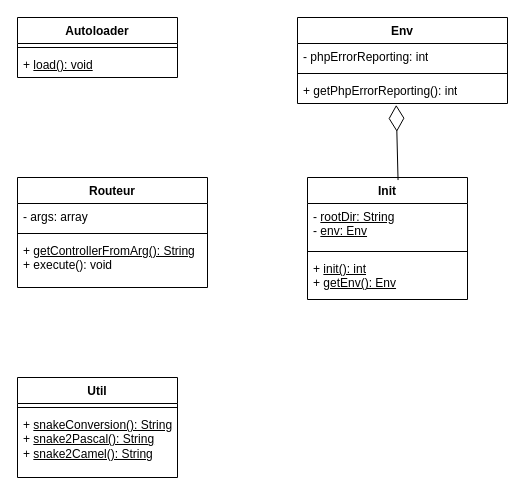
This is UML/Core.drawio from Alexandre-SBEGHEN/BUT-S3.01-CYBER-Cigales, a draw.io file, before an edit. Source tidied: cells renumbered, new cells numbered last; positions are measured from the earlier drawing's top-left corner, leaving out a move shared by most shapes. Both pictures are drawn from the tidied source at 100%, with x=0, y=0 at pixel (17, 17).
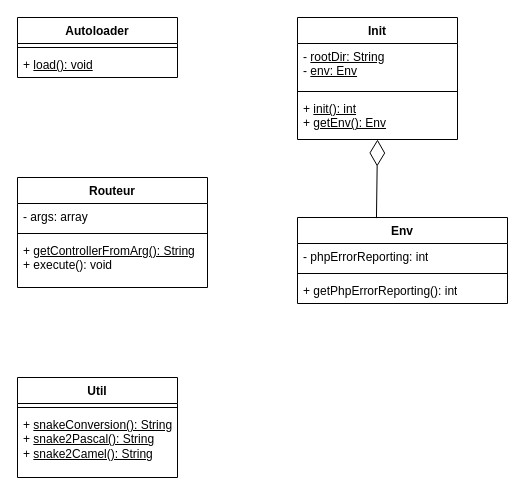
After the change.

Commit message:
fix(UML): Modification du sens de la flèche

Unchanged cells that the change refers to:
```xml
<mxCell id="8" value="+ getPhpErrorReporting(): int" style="text;strokeColor=none;fillColor=none;align=left;verticalAlign=top;spacingLeft=4;spacingRight=4;overflow=hidden;points=[[0,0.5],[1,0.5]];portConstraint=eastwest;whiteSpace=wrap;html=1;" parent="5" vertex="1">
  <mxGeometry y="60" width="210" height="26" as="geometry" />
</mxCell>
```

Diff of the diagram source:
```diff
@@
     <mxCell id="5" value="Env" style="swimlane;fontStyle=1;align=center;verticalAlign=top;horizontal=1;startSize=26;whiteSpace=wrap;html=1;" parent="1" vertex="1">
-      <mxGeometry x="280" width="210" height="86" as="geometry" />
+      <mxGeometry x="280" y="200" width="210" height="86" as="geometry" />
     </mxCell>
@@
     <mxCell id="9" value="Init" style="swimlane;fontStyle=1;align=center;verticalAlign=top;horizontal=1;startSize=26;whiteSpace=wrap;html=1;" parent="1" vertex="1">
-      <mxGeometry x="290" y="160" width="160" height="122" as="geometry" />
+      <mxGeometry x="280" width="160" height="122" as="geometry" />
     </mxCell>
@@
-    <mxCell id="13" style="endArrow=diamondThin;endFill=0;endSize=24;html=1;rounded=0;defaultLabelBackgroundColor=gap;exitX=0.566;exitY=0.021;exitDx=0;exitDy=0;exitPerimeter=0;entryX=0.47;entryY=1.053;entryDx=0;entryDy=0;entryPerimeter=0;" parent="1" edge="1" source="9" target="8">
-      <mxGeometry relative="1" as="geometry" />
-    </mxCell>
@@
+    <mxCell id="21" style="endArrow=diamondThin;endFill=0;endSize=24;html=1;rounded=0;defaultLabelBackgroundColor=gap;entryX=0.5;entryY=1;entryDx=0;entryDy=0;exitX=0.376;exitY=0.007;exitDx=0;exitDy=0;exitPerimeter=0;" parent="1" edge="1" source="5" target="9">
+      <mxGeometry relative="1" as="geometry" />
+    </mxCell>
```
